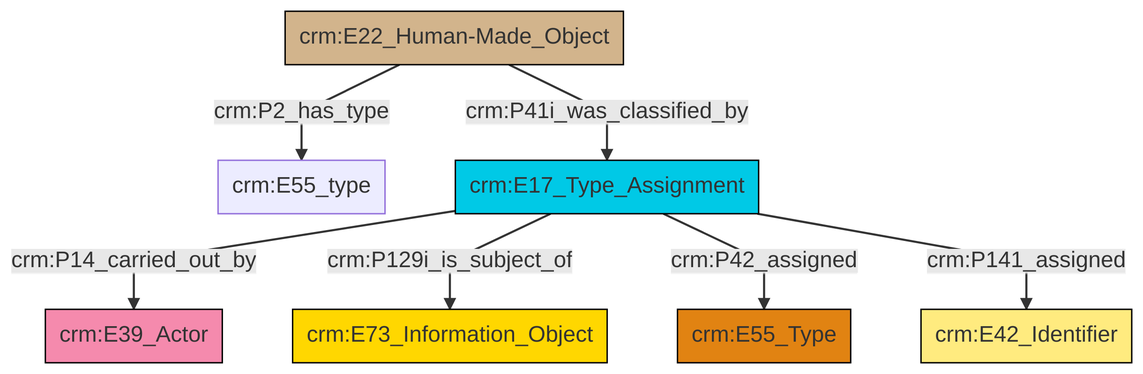
This is et/builtWorkCSV/ttl/mmd/png/Built_Work_designation_status.png from swiss-art-research-net/reference-data-models, a Mermaid export, as it was before one commit. Its source is kept beside it as et/builtWorkCSV/ttl/mmd/Built_Work_designation_status.ttl.mmd.
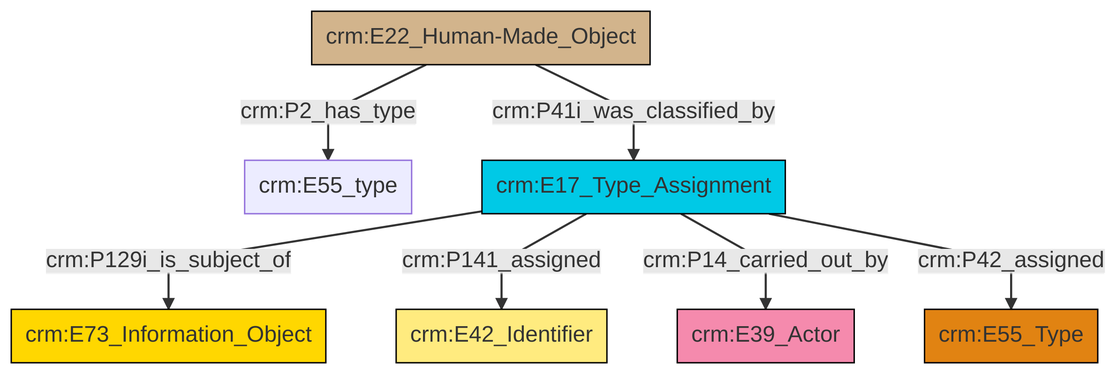
The same file after the commit.

Change to the diagram source:
```diff
@@ -13,9 +13,9 @@
 classDef PC_Classes fill:#4ce600, stroke:#000000;
 classDef Multi fill:#cccccc,stroke:#000000;
 
-6["crm:E17_Type_Assignment"]:::Temporal_Entity -->|crm:P14_carried_out_by| 7["crm:E39_Actor"]:::Actor
-9["crm:E22_Human-Made_Object"]:::Physical_Thing -->|crm:P41i_was_classified_by| 6["crm:E17_Type_Assignment"]:::Temporal_Entity
-9["crm:E22_Human-Made_Object"]:::Physical_Thing -->|crm:P2_has_type| 0["crm:E55_type"]:::Default
-6["crm:E17_Type_Assignment"]:::Temporal_Entity -->|crm:P129i_is_subject_of| 4["crm:E73_Information_Object"]:::Conceptual_Object
-6["crm:E17_Type_Assignment"]:::Temporal_Entity -->|crm:P42_assigned| 2["crm:E55_Type"]:::Type
-6["crm:E17_Type_Assignment"]:::Temporal_Entity -->|crm:P141_assigned| 12["crm:E42_Identifier"]:::Appellation
+0["crm:E22_Human-Made_Object"]:::Physical_Thing -->|crm:P2_has_type| 1["crm:E55_type"]:::Default
+0["crm:E22_Human-Made_Object"]:::Physical_Thing -->|crm:P41i_was_classified_by| 2["crm:E17_Type_Assignment"]:::Temporal_Entity
+2["crm:E17_Type_Assignment"]:::Temporal_Entity -->|crm:P129i_is_subject_of| 5["crm:E73_Information_Object"]:::Conceptual_Object
+2["crm:E17_Type_Assignment"]:::Temporal_Entity -->|crm:P141_assigned| 10["crm:E42_Identifier"]:::Appellation
+2["crm:E17_Type_Assignment"]:::Temporal_Entity -->|crm:P14_carried_out_by| 13["crm:E39_Actor"]:::Actor
+2["crm:E17_Type_Assignment"]:::Temporal_Entity -->|crm:P42_assigned| 6["crm:E55_Type"]:::Type
```
